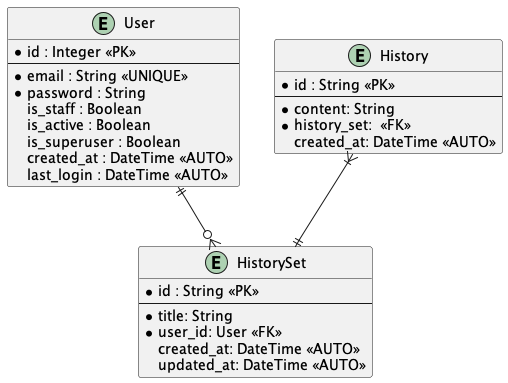
tohruyaginuma/subtitles-backend keeps this PlantUML diagram as docs/erd/data.png. Above is the earlier version.
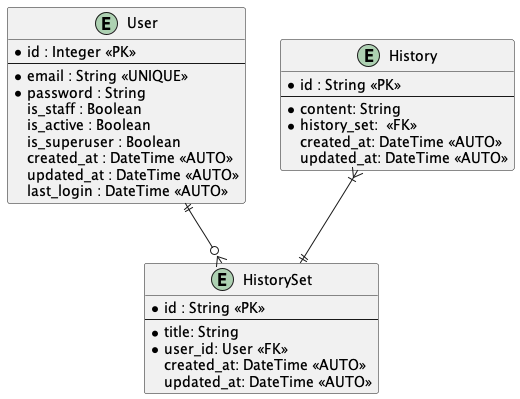
After the change.

Diff of the diagram source:
```diff
@@ -8,6 +8,7 @@
   is_active : Boolean
   is_superuser : Boolean
   created_at : DateTime <<AUTO>>
+  updated_at : DateTime <<AUTO>>
   last_login : DateTime <<AUTO>>
 }
 
@@ -17,6 +18,7 @@
   *content: String
   *history_set:  <<FK>>
   created_at: DateTime <<AUTO>>
+  updated_at: DateTime <<AUTO>>
 }
 
 entity "HistorySet" as historySet {
```
